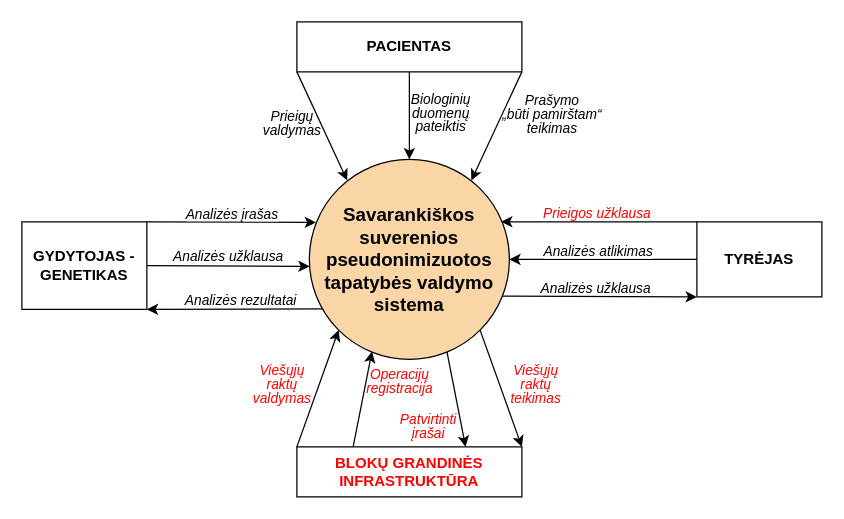
Above: Diagrams/Context.drawio in dansta0804/dansta08.github.io (draw.io), before the change. Source tidied: cells renumbered, new cells numbered last; positions are measured from the earlier drawing's top-left corner, leaving out a move shared by most shapes. Both pictures are drawn from the tidied source at 125%, with x=0, y=0 at pixel (21, 21).
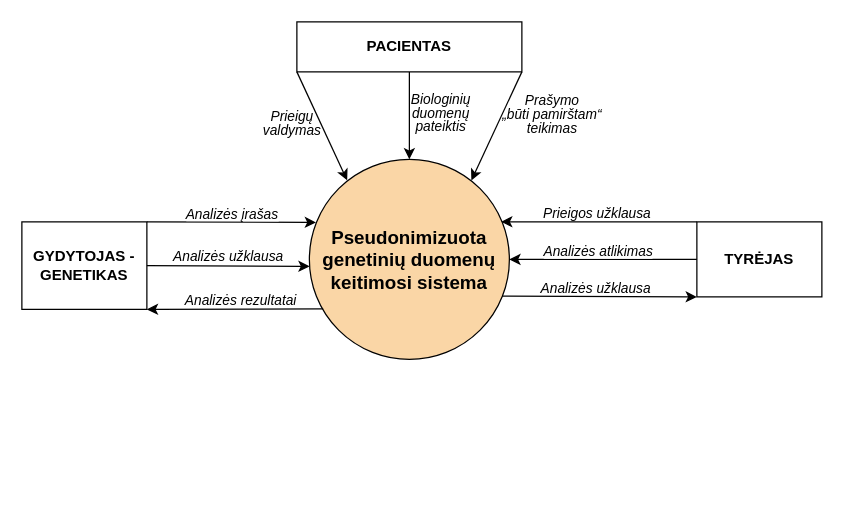
The same page after the edit.

Commit message:
Nauja konteksto diagramos versija.

Unchanged cells that the change refers to:
```xml
<mxCell id="20" style="endArrow=classic;html=1;rounded=0;exitX=0;exitY=0;exitDx=0;exitDy=0;entryX=0.959;entryY=0.312;entryDx=0;entryDy=0;entryPerimeter=0;" parent="1" edge="1" source="5" target="2">
  <mxGeometry relative="1" as="geometry" />
</mxCell>
```

Change to the diagram source:
```diff
@@
-    <mxCell id="2" value="&lt;font style=&quot;font-size: 15px;&quot;&gt;&lt;b&gt;Savarankiškos suverenios pseudonimizuotos tapatybės valdymo sistema&lt;/b&gt;&lt;/font&gt;" style="ellipse;whiteSpace=wrap;html=1;fillColor=light-dark(#FAD6A6,#625441);" parent="1" vertex="1">
+    <mxCell id="2" value="&lt;font style=&quot;font-size: 15px;&quot;&gt;&lt;b&gt;Pseudonimizuota genetinių duomenų keitimosi sistema&lt;/b&gt;&lt;/font&gt;" style="ellipse;whiteSpace=wrap;html=1;fillColor=light-dark(#FAD6A6,#625441);" parent="1" vertex="1">
       <mxGeometry x="230" y="110" width="160" height="160" as="geometry" />
     </mxCell>
@@
-    <mxCell id="21" value="&lt;div style=&quot;line-height: 100%;&quot;&gt;&lt;font style=&quot;color: rgb(255, 0, 0);&quot;&gt;&lt;i&gt;Prieigos užklausa&lt;/i&gt;&lt;/font&gt;&lt;/div&gt;" style="edgeLabel;html=1;align=center;verticalAlign=middle;" parent="20" vertex="1">
+    <mxCell id="21" value="&lt;div style=&quot;line-height: 100%;&quot;&gt;&lt;font style=&quot;color: rgb(0, 0, 0);&quot;&gt;&lt;i style=&quot;&quot;&gt;Prieigos užklausa&lt;/i&gt;&lt;/font&gt;&lt;/div&gt;" style="edgeLabel;html=1;align=center;verticalAlign=middle;" parent="20" vertex="1">
       <mxGeometry relative="1" as="geometry">
         <mxPoint x="-3" y="-7" as="offset" />
       </mxGeometry>
     </mxCell>
@@
-    <mxCell id="24" style="endArrow=classic;html=1;rounded=0;exitX=0.688;exitY=0.963;exitDx=0;exitDy=0;exitPerimeter=0;entryX=0.75;entryY=0;entryDx=0;entryDy=0;" parent="1" edge="1" source="2" target="26">
-      <mxGeometry relative="1" as="geometry" />
-    </mxCell>
-    <mxCell id="25" value="&lt;div style=&quot;line-height: 100%;&quot;&gt;&lt;i&gt;Patvirtinti&lt;/i&gt;&lt;/div&gt;&lt;div style=&quot;line-height: 100%;&quot;&gt;&lt;i&gt;įrašai&lt;/i&gt;&lt;/div&gt;" style="edgeLabel;html=1;align=center;verticalAlign=middle;labelBackgroundColor=none;fontColor=#FF0000;" parent="24" vertex="1">
-      <mxGeometry relative="1" as="geometry">
-        <mxPoint x="-23" y="20" as="offset" />
-      </mxGeometry>
-    </mxCell>
-    <mxCell id="26" value="&lt;b&gt;&lt;font style=&quot;color: rgb(255, 0, 0);&quot;&gt;BLOKŲ GRANDINĖS INFRASTRUKTŪRA&lt;/font&gt;&lt;/b&gt;" style="rounded=0;whiteSpace=wrap;html=1;" parent="1" vertex="1">
-      <mxGeometry x="220" y="340" width="180" height="40" as="geometry" />
-    </mxCell>
-    <mxCell id="27" style="endArrow=classic;html=1;rounded=0;exitX=0.25;exitY=0;exitDx=0;exitDy=0;entryX=0.313;entryY=0.961;entryDx=0;entryDy=0;entryPerimeter=0;" parent="1" edge="1" source="26" target="2">
-      <mxGeometry relative="1" as="geometry" />
-    </mxCell>
-    <mxCell id="28" value="&lt;div style=&quot;line-height: 100%;&quot;&gt;&lt;i&gt;Operacijų&lt;/i&gt;&lt;/div&gt;&lt;div style=&quot;line-height: 100%;&quot;&gt;&lt;i&gt;registracija&lt;/i&gt;&lt;/div&gt;" style="edgeLabel;html=1;align=center;verticalAlign=middle;labelBackgroundColor=none;fontColor=#FF0000;" parent="27" vertex="1">
-      <mxGeometry relative="1" as="geometry">
-        <mxPoint x="29" y="-15" as="offset" />
-      </mxGeometry>
-    </mxCell>
-    <mxCell id="29" style="endArrow=classic;html=1;rounded=0;exitX=0;exitY=0;exitDx=0;exitDy=0;entryX=0;entryY=1;entryDx=0;entryDy=0;" parent="1" edge="1" source="26" target="2">
-      <mxGeometry relative="1" as="geometry" />
-    </mxCell>
-    <mxCell id="30" value="&lt;div style=&quot;line-height: 100%;&quot;&gt;&lt;i&gt;Viešųjų&lt;/i&gt;&lt;/div&gt;&lt;div style=&quot;line-height: 100%;&quot;&gt;&lt;i&gt;raktų&lt;/i&gt;&lt;/div&gt;&lt;div style=&quot;line-height: 100%;&quot;&gt;&lt;i&gt;valdymas&lt;/i&gt;&lt;/div&gt;" style="edgeLabel;html=1;align=center;verticalAlign=middle;labelBackgroundColor=none;fontColor=#FF0000;" parent="29" vertex="1">
-      <mxGeometry relative="1" as="geometry">
-        <mxPoint x="-29" y="-3" as="offset" />
-      </mxGeometry>
-    </mxCell>
-    <mxCell id="31" style="endArrow=classic;html=1;rounded=0;exitX=1;exitY=1;exitDx=0;exitDy=0;entryX=1;entryY=0;entryDx=0;entryDy=0;" parent="1" edge="1" source="2" target="26">
-      <mxGeometry relative="1" as="geometry" />
-    </mxCell>
-    <mxCell id="32" value="&lt;div style=&quot;line-height: 100%;&quot;&gt;&lt;i&gt;Viešųjų&lt;/i&gt;&lt;/div&gt;&lt;div style=&quot;line-height: 100%;&quot;&gt;&lt;i&gt;raktų&lt;/i&gt;&lt;/div&gt;&lt;div style=&quot;line-height: 100%;&quot;&gt;&lt;i&gt;teikimas&lt;/i&gt;&lt;/div&gt;" style="edgeLabel;html=1;align=center;verticalAlign=middle;labelBackgroundColor=none;fontColor=#FF0000;" parent="31" vertex="1">
-      <mxGeometry relative="1" as="geometry">
-        <mxPoint x="27" y="-4" as="offset" />
-      </mxGeometry>
-    </mxCell>
```
